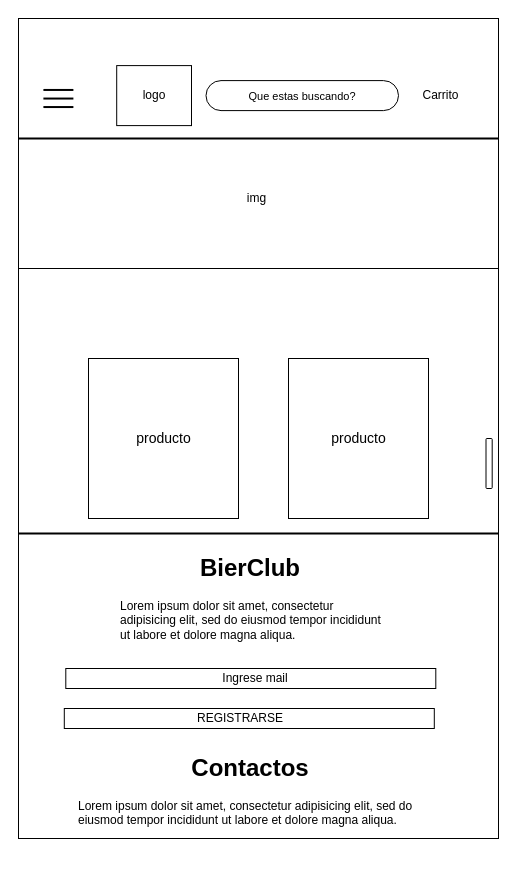
Before: page "Page-1" (1 of 3) of Bocetos/Bocetos-de-Home/Home-480.drawio in Evaristodantur/BierClub, a draw.io diagram. Source tidied: cells renumbered, new cells numbered last; positions are measured from the earlier drawing's top-left corner, leaving out a move shared by most shapes. Both pictures are drawn from the tidied source at 100%, with x=0, y=0 at pixel (18, 18). Pictures stored in the file or linked from it are replaced by grey dashed boxes.
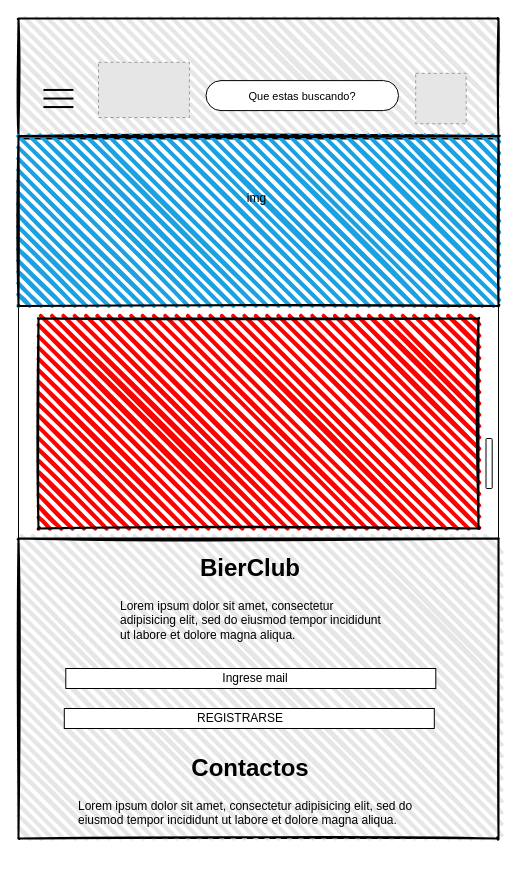
Above is the later version.

What changed in the source:
```diff
@@
-    <mxCell id="3" style="rounded=0;whiteSpace=wrap;html=1;" parent="1" vertex="1">
-      <mxGeometry x="98.2" y="47.1" width="74.8" height="60" as="geometry" />
-    </mxCell>
-    <mxCell id="4" value="logo" style="text;html=1;strokeColor=none;fillColor=none;align=center;verticalAlign=middle;whiteSpace=wrap;rounded=0;" parent="1" vertex="1">
-      <mxGeometry x="113.8" y="59.6" width="43.6" height="35" as="geometry" />
-    </mxCell>
@@
-    <mxCell id="6" style="rounded=0;whiteSpace=wrap;html=1;" parent="1" vertex="1">
-      <mxGeometry y="120" width="480" height="130" as="geometry" />
-    </mxCell>
-    <mxCell id="7" value="&lt;h1&gt;&amp;nbsp; &amp;nbsp; &amp;nbsp; &amp;nbsp; &amp;nbsp; &amp;nbsp; BierClub&lt;/h1&gt;&lt;p&gt;Lorem ipsum dolor sit amet, consectetur adipisicing elit, sed do eiusmod tempor incididunt ut labore et dolore magna aliqua.&lt;/p&gt;" style="text;html=1;strokeColor=none;fillColor=none;spacing=5;spacingTop=-20;whiteSpace=wrap;overflow=hidden;rounded=0;" parent="1" vertex="1">
-      <mxGeometry x="97.3" y="530" width="279.2" height="120" as="geometry" />
-    </mxCell>
-    <mxCell id="8" value="&lt;h1&gt;&amp;nbsp; &amp;nbsp; &amp;nbsp; &amp;nbsp; &amp;nbsp; &amp;nbsp; &amp;nbsp; &amp;nbsp; &amp;nbsp;Contactos&lt;/h1&gt;&lt;p&gt;Lorem ipsum dolor sit amet, consectetur adipisicing elit, sed do eiusmod tempor incididunt ut labore et dolore magna aliqua.&lt;/p&gt;" style="text;html=1;strokeColor=none;fillColor=none;spacing=5;spacingTop=-20;whiteSpace=wrap;overflow=hidden;rounded=0;" parent="1" vertex="1">
-      <mxGeometry x="54.9" y="730" width="370" height="120" as="geometry" />
-    </mxCell>
@@
-    <mxCell id="10" value="img" style="text;html=1;strokeColor=none;fillColor=none;align=center;verticalAlign=middle;whiteSpace=wrap;rounded=0;" parent="1" vertex="1">
-      <mxGeometry x="226" y="170" width="24.9" height="20" as="geometry" />
-    </mxCell>
-    <mxCell id="11" style="line;strokeWidth=2;html=1;fontSize=14;" parent="1" vertex="1">
-      <mxGeometry y="510" width="480" height="10" as="geometry" />
-    </mxCell>
-    <mxCell id="12" style="rounded=0;whiteSpace=wrap;html=1;fontSize=14;" parent="1" vertex="1">
-      <mxGeometry x="70" y="340" width="150" height="160" as="geometry" />
-    </mxCell>
-    <mxCell id="13" value="producto" style="text;html=1;strokeColor=none;fillColor=none;align=center;verticalAlign=middle;whiteSpace=wrap;rounded=0;fontSize=14;" parent="1" vertex="1">
-      <mxGeometry x="132.5" y="410" width="24.9" height="20" as="geometry" />
-    </mxCell>
@@
+    <mxCell id="26" style="rounded=1;whiteSpace=wrap;html=1;strokeWidth=2;fillWeight=4;hachureGap=8;hachureAngle=45;sketch=1;labelBackgroundColor=#ffffff;arcSize=0;fontColor=#FFFF33;fillColor=#E6E6E6;" parent="1" vertex="1">
+      <mxGeometry width="480" height="117.5" as="geometry" />
+    </mxCell>
@@
-    <mxCell id="18" style="rounded=0;whiteSpace=wrap;html=1;fontSize=14;" parent="1" vertex="1">
-      <mxGeometry x="270" y="340" width="140" height="160" as="geometry" />
-    </mxCell>
-    <mxCell id="19" value="producto" style="text;html=1;strokeColor=none;fillColor=none;align=center;verticalAlign=middle;whiteSpace=wrap;rounded=0;fontSize=14;" parent="1" vertex="1">
-      <mxGeometry x="327.5" y="410" width="24.9" height="20" as="geometry" />
-    </mxCell>
+    <mxCell id="24" style="rounded=1;whiteSpace=wrap;html=1;arcSize=50;" parent="1" vertex="1">
+      <mxGeometry x="187.5" y="62.1" width="192.5" height="30" as="geometry" />
+    </mxCell>
+    <mxCell id="25" value="&lt;font style=&quot;font-size: 11px&quot;&gt;Que estas buscando?&lt;/font&gt;" style="text;html=1;strokeColor=none;fillColor=none;align=center;verticalAlign=middle;whiteSpace=wrap;rounded=0;fontSize=14;" parent="1" vertex="1">
+      <mxGeometry x="226" y="67.1" width="115.5" height="20" as="geometry" />
+    </mxCell>
+    <mxCell id="27" style="fillColor=#E6E6E6;strokeColor=#999999;dashed=1;verticalLabelPosition=bottom;labelBackgroundColor=#ffffff;verticalAlign=top;" parent="1" vertex="1">
+      <mxGeometry x="397.2" y="54.8" width="50.5" height="50.5" as="geometry" />
+    </mxCell>
+    <mxCell id="28" style="fillColor=#E6E6E6;strokeColor=#999999;dashed=1;verticalLabelPosition=bottom;labelBackgroundColor=#ffffff;verticalAlign=top;" parent="1" vertex="1">
+      <mxGeometry x="80" y="43.8" width="90.9" height="55.2" as="geometry" />
+    </mxCell>
+    <mxCell id="29" style="rounded=1;whiteSpace=wrap;html=1;strokeWidth=2;fillWeight=4;hachureGap=8;hachureAngle=45;fillColor=#1ba1e2;sketch=1;labelBackgroundColor=#ffffff;arcSize=0;" parent="1" vertex="1">
+      <mxGeometry y="117.5" width="480" height="170" as="geometry" />
+    </mxCell>
+    <mxCell id="10" value="img" style="text;html=1;strokeColor=none;fillColor=none;align=center;verticalAlign=middle;whiteSpace=wrap;rounded=0;" parent="1" vertex="1">
+      <mxGeometry x="226" y="170" width="24.9" height="20" as="geometry" />
+    </mxCell>
+    <mxCell id="30" style="rounded=1;whiteSpace=wrap;html=1;strokeWidth=2;fillWeight=4;hachureGap=8;hachureAngle=45;sketch=1;labelBackgroundColor=#ffffff;fillColor=#FF0000;arcSize=0;" parent="1" vertex="1">
+      <mxGeometry x="20" y="300" width="440" height="210" as="geometry" />
+    </mxCell>
+    <mxCell id="31" style="rounded=1;whiteSpace=wrap;html=1;strokeWidth=2;fillWeight=4;hachureGap=8;hachureAngle=45;sketch=1;labelBackgroundColor=#ffffff;arcSize=0;fontColor=#FFFF33;fillColor=#E6E6E6;" parent="1" vertex="1">
+      <mxGeometry y="520" width="480" height="300" as="geometry" />
+    </mxCell>
+    <mxCell id="7" value="&lt;h1&gt;&amp;nbsp; &amp;nbsp; &amp;nbsp; &amp;nbsp; &amp;nbsp; &amp;nbsp; BierClub&lt;/h1&gt;&lt;p&gt;Lorem ipsum dolor sit amet, consectetur adipisicing elit, sed do eiusmod tempor incididunt ut labore et dolore magna aliqua.&lt;/p&gt;" style="text;html=1;strokeColor=none;fillColor=none;spacing=5;spacingTop=-20;whiteSpace=wrap;overflow=hidden;rounded=0;" parent="1" vertex="1">
+      <mxGeometry x="97.3" y="530" width="279.2" height="120" as="geometry" />
+    </mxCell>
+    <mxCell id="8" value="&lt;h1&gt;&amp;nbsp; &amp;nbsp; &amp;nbsp; &amp;nbsp; &amp;nbsp; &amp;nbsp; &amp;nbsp; &amp;nbsp; &amp;nbsp;Contactos&lt;/h1&gt;&lt;p&gt;Lorem ipsum dolor sit amet, consectetur adipisicing elit, sed do eiusmod tempor incididunt ut labore et dolore magna aliqua.&lt;/p&gt;" style="text;html=1;strokeColor=none;fillColor=none;spacing=5;spacingTop=-20;whiteSpace=wrap;overflow=hidden;rounded=0;" parent="1" vertex="1">
+      <mxGeometry x="54.9" y="730" width="370" height="120" as="geometry" />
+    </mxCell>
@@
-    <mxCell id="24" style="rounded=1;whiteSpace=wrap;html=1;arcSize=50;" parent="1" vertex="1">
-      <mxGeometry x="187.5" y="62.1" width="192.5" height="30" as="geometry" />
-    </mxCell>
-    <mxCell id="25" value="&lt;font style=&quot;font-size: 11px&quot;&gt;Que estas buscando?&lt;/font&gt;" style="text;html=1;strokeColor=none;fillColor=none;align=center;verticalAlign=middle;whiteSpace=wrap;rounded=0;fontSize=14;" parent="1" vertex="1">
-      <mxGeometry x="226" y="67.1" width="115.5" height="20" as="geometry" />
-    </mxCell>
```
